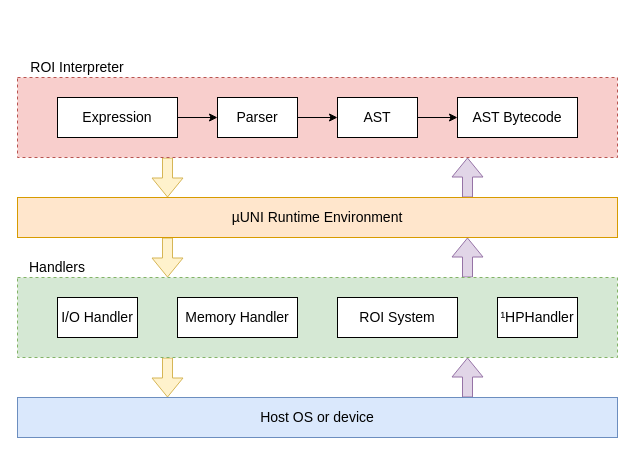
This is assets/diagrams/interpreter2.drawio from uni-lang/roi, a draw.io file, before an edit. Source tidied: cells renumbered, new cells numbered last; positions are measured from the earlier drawing's top-left corner, leaving out a move shared by most shapes. Both pictures are drawn from the tidied source at 100%, with x=0, y=0 at pixel (17, 57).
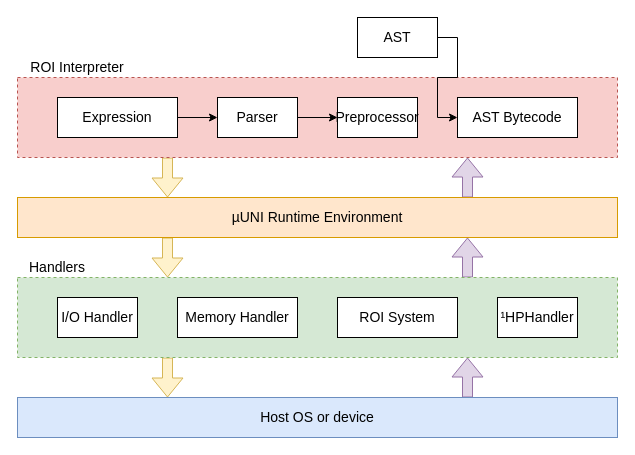
Above is the later version.

Unchanged cells that the change refers to:
```xml
<mxCell id="5" value="Parser" style="rounded=0;whiteSpace=wrap;html=1;fontSize=14;" parent="1" vertex="1">
  <mxGeometry x="200" y="40" width="80" height="40" as="geometry" />
</mxCell>
```

Change to the diagram source:
```diff
@@
-    <mxCell id="4" style="edgeStyle=orthogonalEdgeStyle;rounded=0;jettySize=auto;html=1;exitX=1;exitY=0.5;exitDx=0;exitDy=0;entryX=0;entryY=0.5;entryDx=0;entryDy=0;startArrow=none;startFill=0;fontSize=14;" parent="1" edge="1" source="5" target="7">
-      <mxGeometry relative="1" as="geometry" />
-    </mxCell>
+    <mxCell id="25" style="edgeStyle=orthogonalEdgeStyle;rounded=0;jettySize=auto;html=1;" parent="1" edge="1" source="5" target="26">
+      <mxGeometry relative="1" as="geometry" />
+    </mxCell>
@@
+    <mxCell id="26" value="Preprocessor" style="rounded=0;whiteSpace=wrap;html=1;fontSize=14;" parent="1" vertex="1">
+      <mxGeometry x="320" y="40" width="80" height="40" as="geometry" />
+    </mxCell>
@@
     <mxCell id="7" value="AST" style="rounded=0;whiteSpace=wrap;html=1;fontSize=14;" parent="1" vertex="1">
-      <mxGeometry x="320" y="40" width="80" height="40" as="geometry" />
+      <mxGeometry x="340" y="-40" width="80" height="40" as="geometry" />
     </mxCell>
```
